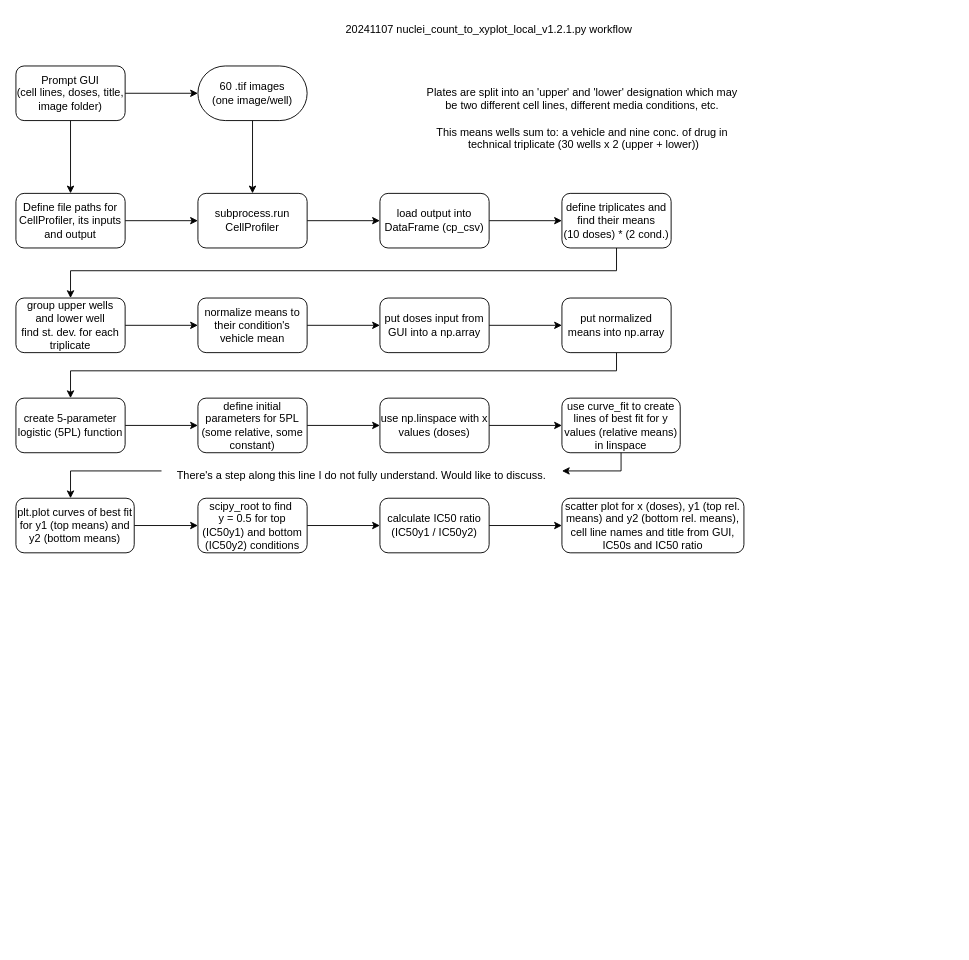
bindralab/CellPyAbility keeps this draw.io diagram as GDA_flowchart.drawio. Above is the earlier version. Source tidied: cells renumbered, new cells numbered last; positions are measured from the earlier drawing's top-left corner, leaving out a move shared by most shapes. Both pictures are drawn from the tidied source at 91%, with x=0, y=0 at pixel (15, 15).
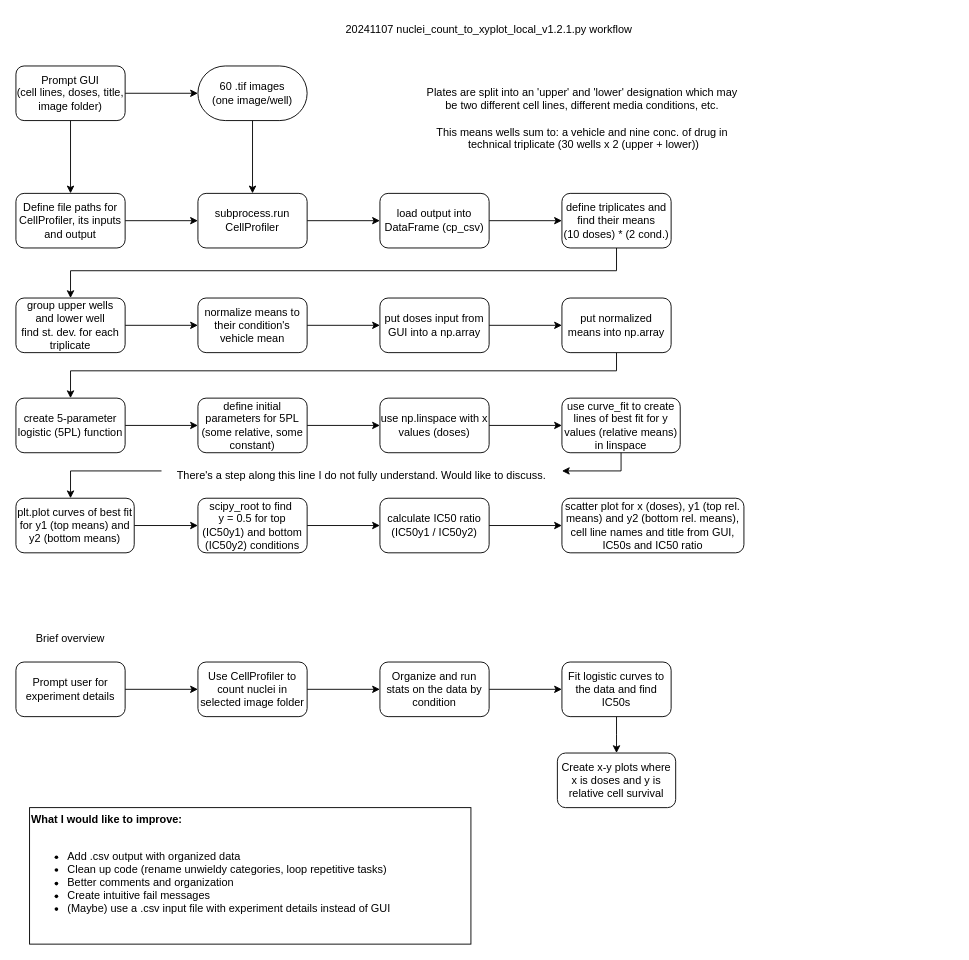
The same page after the edit.

Commit message:
Added a 'Things I would like to improve' section along with a high level overview

Change to the diagram source:
```diff
@@
+    <mxCell id="42" style="edgeStyle=orthogonalEdgeStyle;rounded=0;jettySize=auto;html=1;" parent="1" edge="1" source="43" target="46">
+      <mxGeometry relative="1" as="geometry" />
+    </mxCell>
+    <mxCell id="43" value="Prompt user for experiment details" style="rounded=1;whiteSpace=wrap;html=1;" parent="1" vertex="1">
+      <mxGeometry y="710" width="120" height="60" as="geometry" />
+    </mxCell>
+    <mxCell id="44" value="Brief overview" style="text;html=1;align=center;verticalAlign=middle;whiteSpace=wrap;rounded=0;" parent="1" vertex="1">
+      <mxGeometry x="15" y="670" width="90" height="30" as="geometry" />
+    </mxCell>
+    <mxCell id="45" style="edgeStyle=orthogonalEdgeStyle;rounded=0;jettySize=auto;html=1;" parent="1" edge="1" source="46" target="48">
+      <mxGeometry relative="1" as="geometry" />
+    </mxCell>
+    <mxCell id="46" value="Use CellProfiler to count nuclei in selected image folder" style="whiteSpace=wrap;html=1;rounded=1;" parent="1" vertex="1">
+      <mxGeometry x="200" y="710" width="120" height="60" as="geometry" />
+    </mxCell>
+    <mxCell id="47" style="edgeStyle=orthogonalEdgeStyle;rounded=0;jettySize=auto;html=1;" parent="1" edge="1" source="48" target="50">
+      <mxGeometry relative="1" as="geometry" />
+    </mxCell>
+    <mxCell id="48" value="Organize and run stats on the data by condition" style="whiteSpace=wrap;html=1;rounded=1;" parent="1" vertex="1">
+      <mxGeometry x="400" y="710" width="120" height="60" as="geometry" />
+    </mxCell>
+    <mxCell id="49" style="edgeStyle=orthogonalEdgeStyle;rounded=0;jettySize=auto;html=1;" parent="1" edge="1" source="50" target="51">
+      <mxGeometry relative="1" as="geometry">
+        <Array as="points">
+          <mxPoint x="660" y="790" />
+          <mxPoint x="660" y="790" />
+        </Array>
+      </mxGeometry>
+    </mxCell>
+    <mxCell id="50" value="Fit logistic curves to the data and find IC50s" style="whiteSpace=wrap;html=1;rounded=1;" parent="1" vertex="1">
+      <mxGeometry x="600" y="710" width="120" height="60" as="geometry" />
+    </mxCell>
+    <mxCell id="51" value="Create x-y plots where x is doses and y is relative cell survival" style="whiteSpace=wrap;html=1;rounded=1;" parent="1" vertex="1">
+      <mxGeometry x="595" y="810" width="130" height="60" as="geometry" />
+    </mxCell>
+    <mxCell id="52" value="&lt;div align=&quot;left&quot;&gt;&lt;b&gt;What I would like to improve:&lt;/b&gt;&lt;/div&gt;&lt;div align=&quot;left&quot;&gt;&lt;b&gt;&lt;br&gt;&lt;/b&gt;&lt;/div&gt;&lt;div align=&quot;left&quot;&gt;&lt;ul&gt;&lt;li&gt;Add .csv output with organized data&lt;/li&gt;&lt;li&gt;Clean up code (rename unwieldy categories, loop repetitive tasks)&lt;/li&gt;&lt;li&gt;Better comments and organization&lt;br&gt;&lt;/li&gt;&lt;li&gt;Create intuitive fail messages&lt;/li&gt;&lt;li&gt;(Maybe) use a .csv input file with experiment details instead of GUI&lt;/li&gt;&lt;/ul&gt;&lt;/div&gt;&lt;div&gt;&lt;br&gt;&lt;/div&gt;" style="rounded=0;whiteSpace=wrap;html=1;align=left;" parent="1" vertex="1">
+      <mxGeometry x="15" y="870" width="485" height="150" as="geometry" />
+    </mxCell>
```
